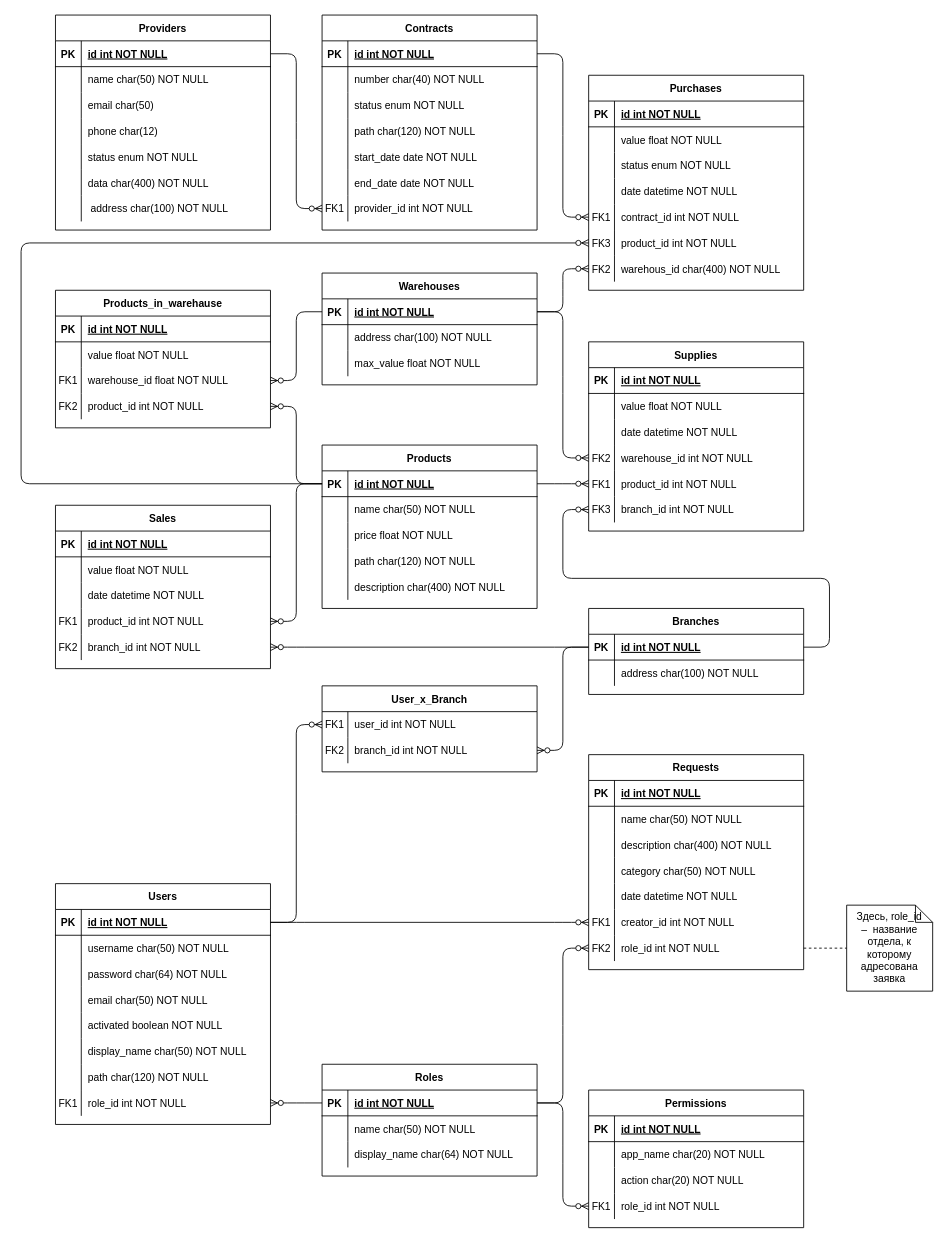
kzagorulko/flower-system keeps this draw.io diagram as artifacts/erd.drawio. Above is the earlier version. Source tidied: cells renumbered, new cells numbered last; positions are measured from the earlier drawing's top-left corner, leaving out a move shared by most shapes. Both pictures are drawn from the tidied source at 86%, with x=0, y=0 at pixel (21, 15).
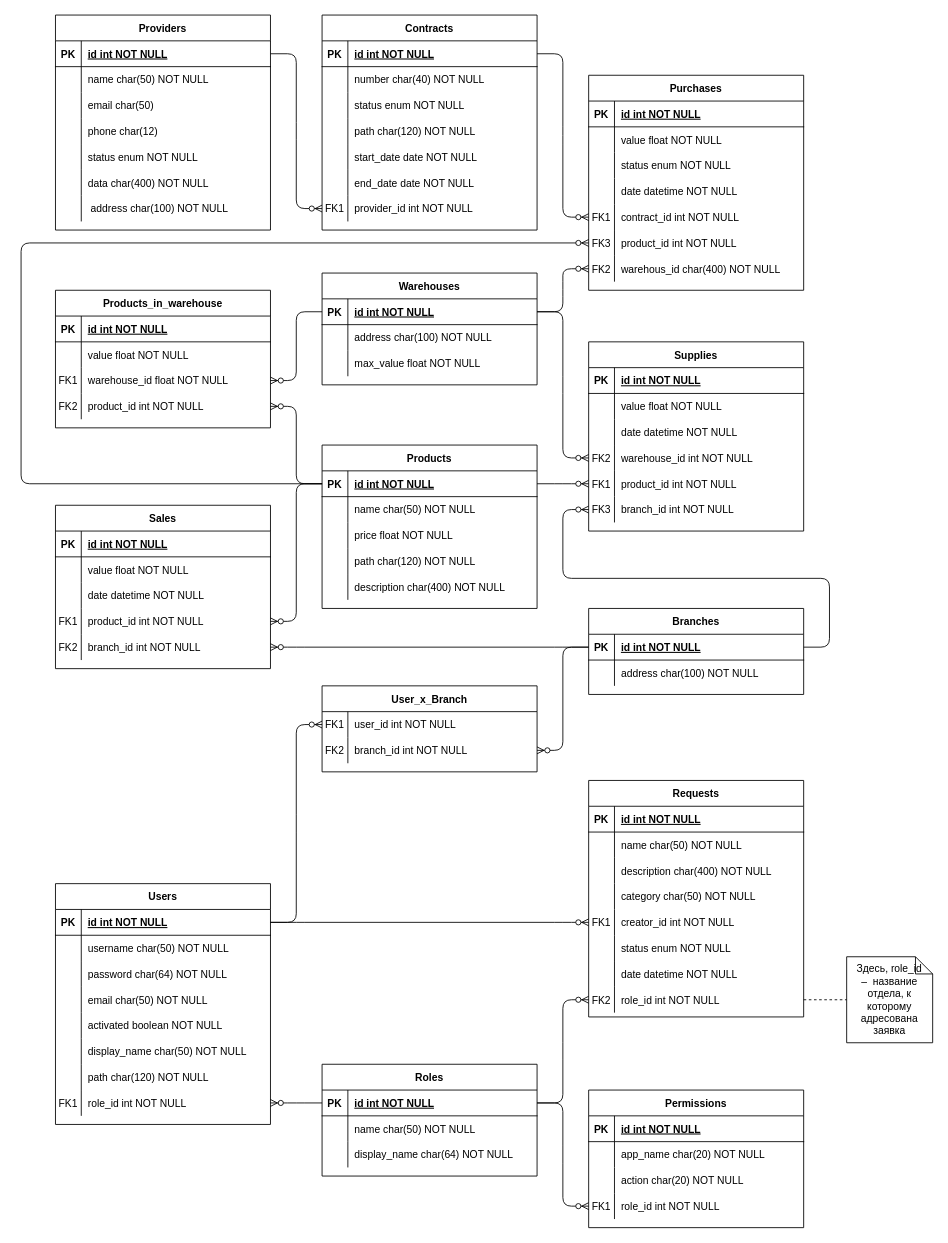
The same page after the edit.

Commit message (it also covers changes not shown here):
#23 Fix ERD and role model

Unchanged cells that the change refers to:
```xml
<mxCell id="9" style="shape=partialRectangle;fillColor=none;points=[[0,0.5],[1,0.5]];portConstraint=eastwest;top=0;left=0;right=0;bottom=1;" parent="8" vertex="1">
  <mxGeometry y="30" width="250" height="30" as="geometry" />
</mxCell>
```

Change to the diagram source:
```diff
@@
     <mxCell id="4" value="Здесь, role_id &lt;br&gt;–&amp;nbsp; название отдела, к которому адресована заявка" style="shape=note;size=20;whiteSpace=wrap;html=1;" parent="1" vertex="1">
-      <mxGeometry x="960" y="1035" width="100" height="100" as="geometry" />
+      <mxGeometry x="960" y="1095" width="100" height="100" as="geometry" />
     </mxCell>
@@
-    <mxCell id="7" style="edgeStyle=entityRelationEdgeStyle;fontSize=12;html=1;endArrow=ERzeroToMany;endFill=1;entryX=0;entryY=0.5;entryDx=0;entryDy=0;exitX=1;exitY=0.5;exitDx=0;exitDy=0;" parent="1" edge="1" source="9" target="239">
-      <mxGeometry relative="1" as="geometry" />
-    </mxCell>
@@
-    <mxCell id="144" value="Products_in_warehause" style="shape=table;startSize=30;childLayout=tableLayout;rowLines=0;fontStyle=1;align=center;" parent="1" vertex="1">
+    <mxCell id="144" value="Products_in_warehouse" style="shape=table;startSize=30;childLayout=tableLayout;rowLines=0;fontStyle=1;align=center;" parent="1" vertex="1">
       <mxGeometry x="40" y="320" width="250" height="160" as="geometry" />
     </mxCell>
@@
     <mxCell id="223" value="Requests" style="shape=table;startSize=30;childLayout=tableLayout;rowLines=0;fontStyle=1;align=center;" parent="1" vertex="1">
-      <mxGeometry x="660" y="860" width="250" height="250" as="geometry" />
+      <mxGeometry x="660" y="890" width="250" height="275" as="geometry" />
     </mxCell>
@@
+    <mxCell id="239" style="shape=partialRectangle;fillColor=none;points=[[0,0.5],[1,0.5]];portConstraint=eastwest;top=0;left=0;right=0;bottom=0;" parent="223" vertex="1">
+      <mxGeometry y="150" width="250" height="30" as="geometry" />
+    </mxCell>
+    <mxCell id="240" value="FK1" style="shape=partialRectangle;overflow=hidden;fillColor=none;top=0;left=0;bottom=0;right=0;" parent="239" vertex="1">
+      <mxGeometry width="30" height="30" as="geometry" />
+    </mxCell>
+    <mxCell id="241" value="creator_id int NOT NULL" style="shape=partialRectangle;overflow=hidden;fillColor=none;top=0;left=0;bottom=0;right=0;align=left;spacingLeft=6;" parent="239" vertex="1">
+      <mxGeometry x="30" width="220" height="30" as="geometry" />
+    </mxCell>
+    <mxCell id="245" style="shape=partialRectangle;fillColor=none;top=0;left=0;right=0;bottom=0;" parent="223" vertex="1">
+      <mxGeometry y="180" width="250" height="30" as="geometry" />
+    </mxCell>
+    <mxCell id="246" style="shape=partialRectangle;overflow=hidden;fillColor=none;top=0;left=0;bottom=0;right=0;" parent="245" vertex="1">
+      <mxGeometry width="30" height="30" as="geometry" />
+    </mxCell>
+    <mxCell id="247" value="status enum NOT NULL" style="shape=partialRectangle;overflow=hidden;fillColor=none;top=0;left=0;bottom=0;right=0;align=left;spacingLeft=6;" parent="245" vertex="1">
+      <mxGeometry x="30" width="220" height="30" as="geometry" />
+    </mxCell>
     <mxCell id="236" style="shape=partialRectangle;fillColor=none;top=0;left=0;right=0;bottom=0;" parent="223" vertex="1">
-      <mxGeometry y="150" width="250" height="30" as="geometry" />
+      <mxGeometry y="210" width="250" height="30" as="geometry" />
     </mxCell>
@@
-    <mxCell id="239" style="shape=partialRectangle;fillColor=none;points=[[0,0.5],[1,0.5]];portConstraint=eastwest;top=0;left=0;right=0;bottom=0;" parent="223" vertex="1">
-      <mxGeometry y="180" width="250" height="30" as="geometry" />
-    </mxCell>
-    <mxCell id="240" value="FK1" style="shape=partialRectangle;overflow=hidden;fillColor=none;top=0;left=0;bottom=0;right=0;" parent="239" vertex="1">
-      <mxGeometry width="30" height="30" as="geometry" />
-    </mxCell>
-    <mxCell id="241" value="creator_id int NOT NULL" style="shape=partialRectangle;overflow=hidden;fillColor=none;top=0;left=0;bottom=0;right=0;align=left;spacingLeft=6;" parent="239" vertex="1">
-      <mxGeometry x="30" width="220" height="30" as="geometry" />
-    </mxCell>
     <mxCell id="242" style="shape=partialRectangle;fillColor=none;points=[[0,0.5],[1,0.5]];portConstraint=eastwest;top=0;left=0;right=0;bottom=0;" parent="223" vertex="1">
-      <mxGeometry y="210" width="250" height="30" as="geometry" />
+      <mxGeometry y="240" width="250" height="30" as="geometry" />
     </mxCell>
@@
+    <mxCell id="7" style="edgeStyle=entityRelationEdgeStyle;fontSize=12;html=1;endArrow=ERzeroToMany;endFill=1;exitX=1;exitY=0.5;exitDx=0;exitDy=0;jumpStyle=none;sketch=0;entryX=0;entryY=0.5;entryDx=0;entryDy=0;" parent="1" edge="1" source="9" target="239">
+      <mxGeometry relative="1" as="geometry" />
+    </mxCell>
```
